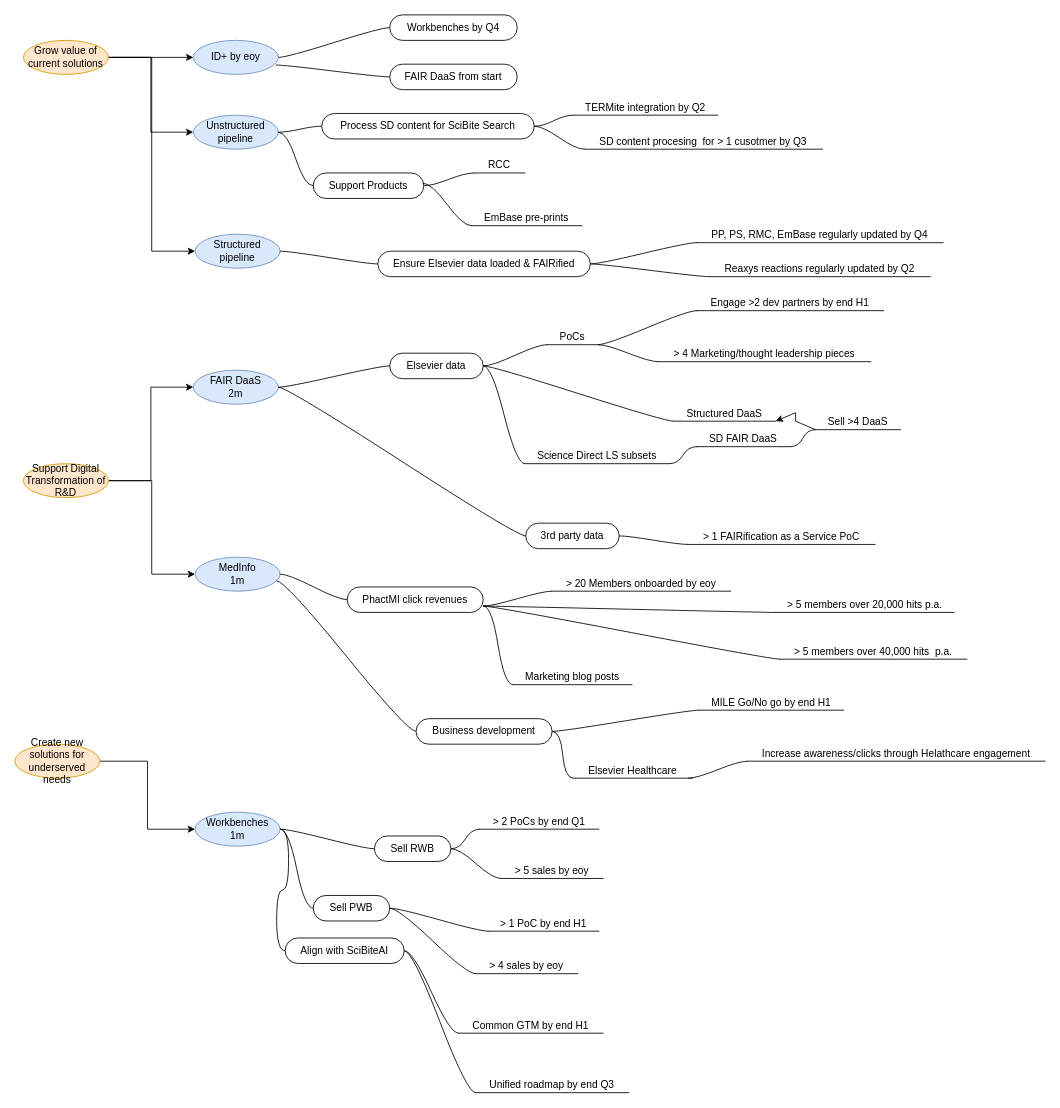
This is OKR.drawio from tim-elsevier/demos, a draw.io file, before an edit. Source tidied: cells renumbered, new cells numbered last; positions are measured from the earlier drawing's top-left corner, leaving out a move shared by most shapes. Both pictures are drawn from the tidied source at 85%, with x=0, y=0 at pixel (14, 14).
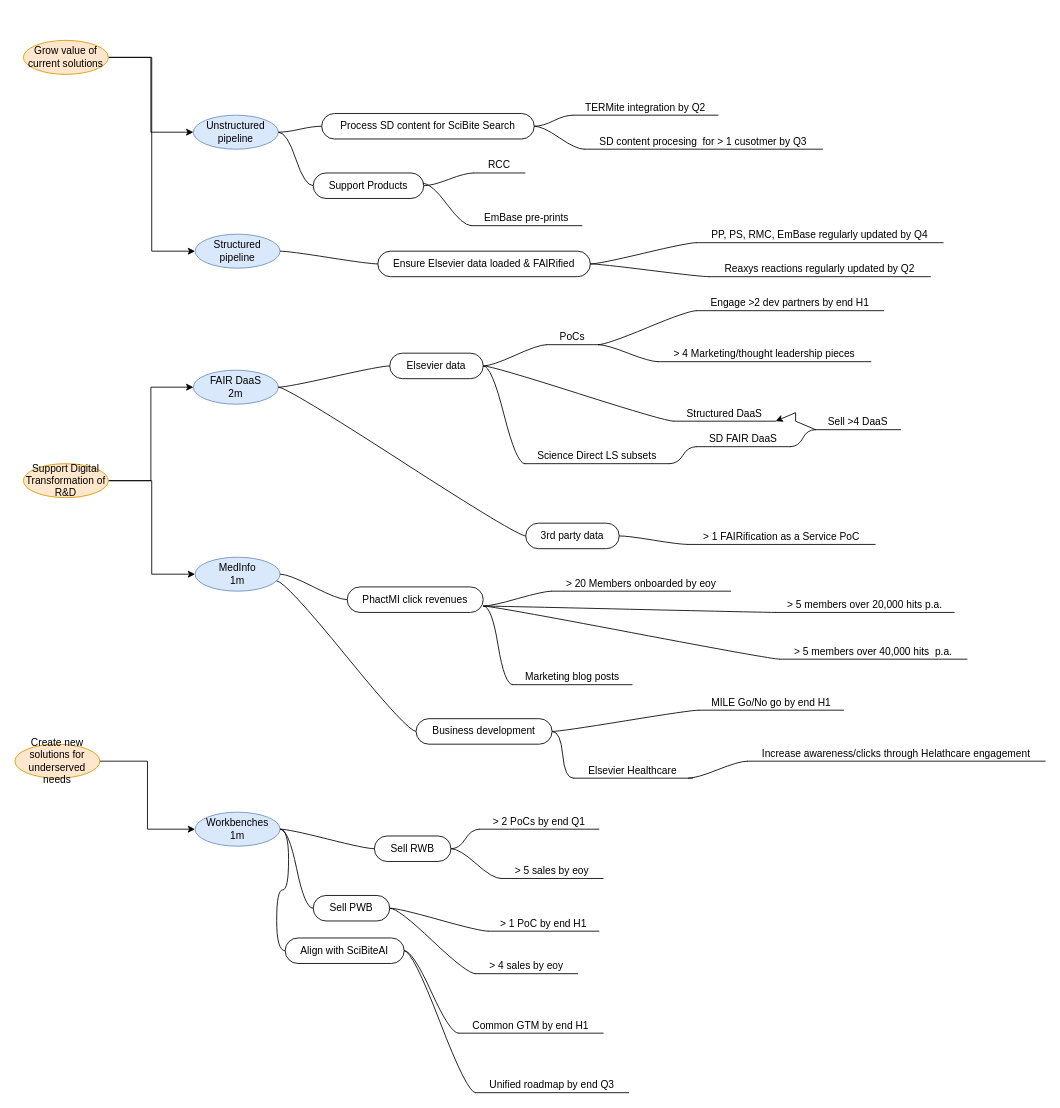
Above is the later version.

The change refers to these unchanged cells:
```xml
<mxCell id="72" value="Grow value of current solutions" style="ellipse;whiteSpace=wrap;html=1;align=center;newEdgeStyle={&quot;edgeStyle&quot;:&quot;entityRelationEdgeStyle&quot;,&quot;startArrow&quot;:&quot;none&quot;,&quot;endArrow&quot;:&quot;none&quot;,&quot;segment&quot;:10,&quot;curved&quot;:1};fillColor=#ffe6cc;strokeColor=#d79b00;" parent="1" vertex="1">
  <mxGeometry x="10" y="30" width="100" height="40" as="geometry" />
</mxCell>
```

Change to the diagram source:
```diff
@@
-    <mxCell id="2" value="ID+ by eoy" style="ellipse;whiteSpace=wrap;html=1;align=center;newEdgeStyle={&quot;edgeStyle&quot;:&quot;entityRelationEdgeStyle&quot;,&quot;startArrow&quot;:&quot;none&quot;,&quot;endArrow&quot;:&quot;none&quot;,&quot;segment&quot;:10,&quot;curved&quot;:1};fillColor=#dae8fc;strokeColor=#6c8ebf;" parent="1" vertex="1">
-      <mxGeometry x="210" y="30" width="100" height="40" as="geometry" />
-    </mxCell>
@@
-    <mxCell id="6" style="edgeStyle=orthogonalEdgeStyle;rounded=0;orthogonalLoop=1;jettySize=auto;html=1;exitX=0.5;exitY=1;exitDx=0;exitDy=0;" parent="1" edge="1" source="2" target="2">
-      <mxGeometry relative="1" as="geometry" />
+    <mxCell id="6" style="edgeStyle=orthogonalEdgeStyle;rounded=0;orthogonalLoop=1;jettySize=auto;html=1;exitX=0.5;exitY=1;exitDx=0;exitDy=0;" parent="1" edge="1">
+      <mxGeometry relative="1" as="geometry">
+        <mxPoint x="260" y="70" as="sourcePoint" />
+        <mxPoint x="260" y="70" as="targetPoint" />
+      </mxGeometry>
     </mxCell>
-    <mxCell id="7" value="Workbenches by Q4" style="whiteSpace=wrap;html=1;rounded=1;arcSize=50;align=center;verticalAlign=middle;strokeWidth=1;spacing=4;newEdgeStyle={&quot;edgeStyle&quot;:&quot;entityRelationEdgeStyle&quot;,&quot;startArrow&quot;:&quot;none&quot;,&quot;endArrow&quot;:&quot;none&quot;,&quot;segment&quot;:10,&quot;curved&quot;:1};" parent="1" vertex="1">
-      <mxGeometry x="441" width="150" height="30" as="geometry" />
-    </mxCell>
-    <mxCell id="8" style="edgeStyle=entityRelationEdgeStyle;startArrow=none;endArrow=none;segment=10;curved=1;" parent="1" edge="1" target="7">
-      <mxGeometry relative="1" as="geometry">
-        <mxPoint x="310" y="50" as="sourcePoint" />
-      </mxGeometry>
-    </mxCell>
-    <mxCell id="9" value="FAIR DaaS from start" style="whiteSpace=wrap;html=1;rounded=1;arcSize=50;align=center;verticalAlign=middle;strokeWidth=1;spacing=4;newEdgeStyle={&quot;edgeStyle&quot;:&quot;entityRelationEdgeStyle&quot;,&quot;startArrow&quot;:&quot;none&quot;,&quot;endArrow&quot;:&quot;none&quot;,&quot;segment&quot;:10,&quot;curved&quot;:1};" parent="1" vertex="1">
-      <mxGeometry x="441" y="58" width="150" height="30" as="geometry" />
-    </mxCell>
-    <mxCell id="10" style="edgeStyle=entityRelationEdgeStyle;startArrow=none;endArrow=none;segment=10;curved=1;exitX=0.97;exitY=0.725;exitDx=0;exitDy=0;exitPerimeter=0;" parent="1" edge="1" source="2" target="9">
-      <mxGeometry relative="1" as="geometry" />
-    </mxCell>
@@
-    <mxCell id="69" style="edgeStyle=orthogonalEdgeStyle;rounded=0;jettySize=auto;html=1;entryX=0;entryY=0.5;entryDx=0;entryDy=0;" parent="1" edge="1" source="72" target="2">
-      <mxGeometry relative="1" as="geometry" />
-    </mxCell>
```
